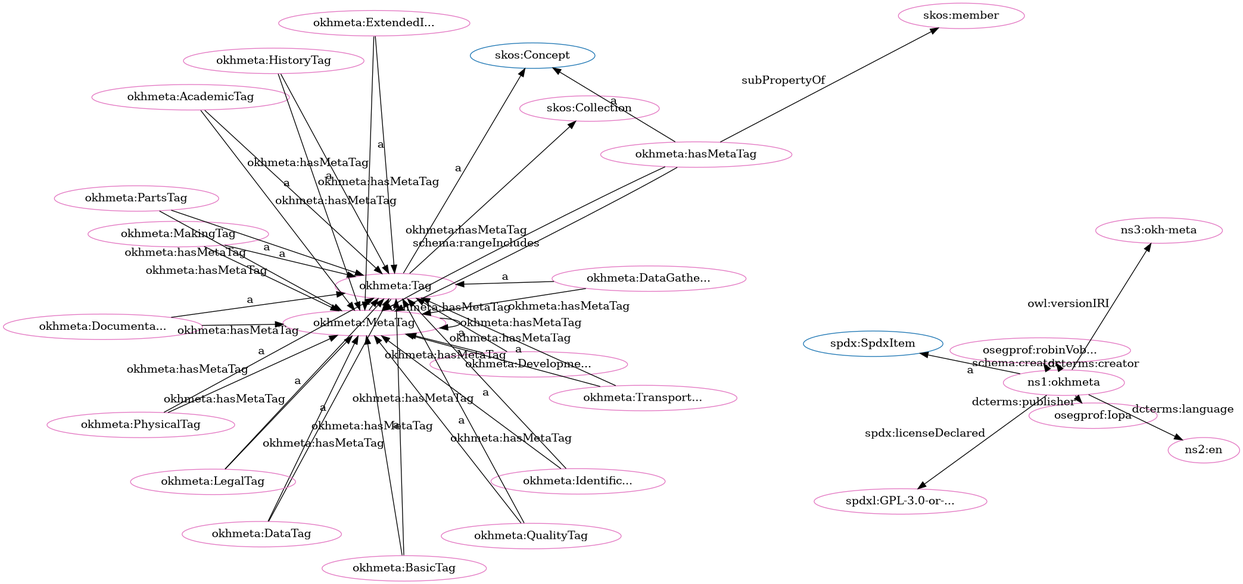
The Graphviz diagram src/spec/fdp_okh-meta-clean.png in iop-alliance/OpenKnowHow, before a commit. Its source is kept beside it as src/spec/fdp_okh-meta-clean.dot.
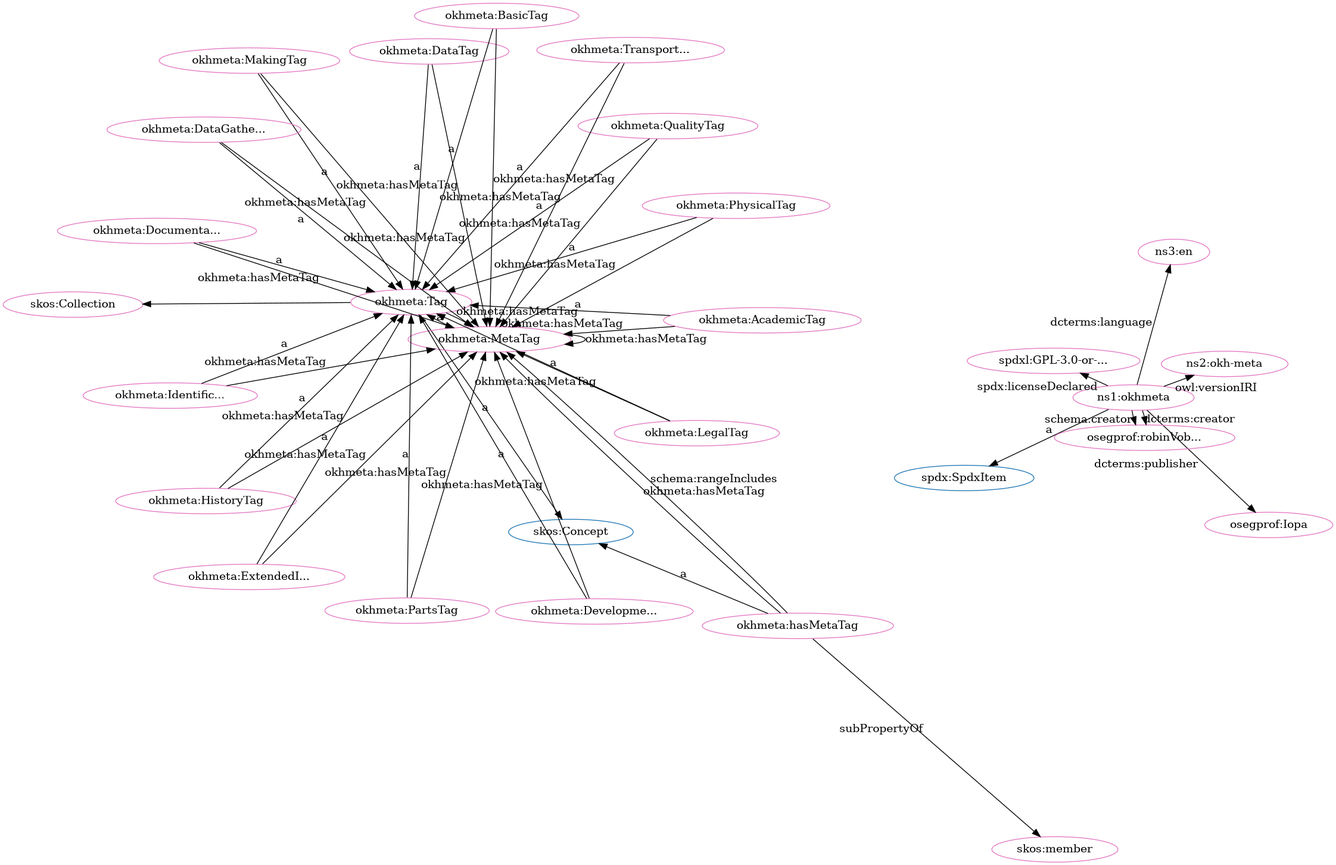
The same diagram one commit later.

What changed in the source:
```diff
@@ -2,80 +2,80 @@
   rankdir=BT
   node[height=.3]
 "http://w3id.org/oseg/ont/okhmeta#Tag" [fillcolor="#1f77b4" color="#1f77b4" label="okhmeta:Tag"]
+"http://www.w3.org/2004/02/skos/core#Concept" [fillcolor="#1f77b4" color="#1f77b4" label="skos:Concept"]
+"http://www.w3.org/2004/02/skos/core#Collection" [fillcolor="#1f77b4" color="#1f77b4" label="skos:Collection"]
 "http://spdx.org/rdf/terms#SpdxItem" [fillcolor="#1f77b4" color="#1f77b4" label="spdx:SpdxItem"]
-"http://www.w3.org/2004/02/skos/core#Collection" [fillcolor="#1f77b4" color="#1f77b4" label="skos:Collection"]
 "http://w3id.org/oseg/ont/okhmeta#MetaTag" [fillcolor="#1f77b4" color="#1f77b4" label="okhmeta:MetaTag"]
-"http://www.w3.org/2004/02/skos/core#Concept" [fillcolor="#1f77b4" color="#1f77b4" label="skos:Concept"]
-"http://w3id.org/oseg/ont/okhmeta#BasicTag" [fillcolor="#e377c2" color="#e377c2" label="okhmeta:BasicTag"]
-"http://w3id.org/oseg/ont/okhmeta#MakingTag" [fillcolor="#e377c2" color="#e377c2" label="okhmeta:MakingTag"]
-"http://w3id.org/oseg/ont/okhmeta#Tag" [fillcolor="#e377c2" color="#e377c2" label="okhmeta:Tag"]
+"http://w3id.org/oseg/ont/okhmeta#MetaTag" [fillcolor="#e377c2" color="#e377c2" label="okhmeta:MetaTag"]
+"http://w3id.org/oseg/ont/okhmeta#PhysicalTag" [fillcolor="#e377c2" color="#e377c2" label="okhmeta:PhysicalTag"]
+"http://w3id.org/oseg/ont/okhmeta#DevelopmentTag" [fillcolor="#e377c2" color="#e377c2" label="okhmeta:Developme..."]
+"http://w3id.org/oseg/ont/okhmeta#QualityTag" [fillcolor="#e377c2" color="#e377c2" label="okhmeta:QualityTag"]
+"http://w3id.org/oseg/ont/okhmeta#IdentificationTag" [fillcolor="#e377c2" color="#e377c2" label="okhmeta:Identific..."]
+"http://w3id.org/oseg/ont/okhmeta" [fillcolor="#e377c2" color="#e377c2" label="ns1:okhmeta"]
+"http://w3id.org/oseg/ont/okhmeta#hasMetaTag" [fillcolor="#e377c2" color="#e377c2" label="okhmeta:hasMetaTag"]
 "http://w3id.org/oseg/ont/oseg-profiles#Iopa" [fillcolor="#e377c2" color="#e377c2" label="osegprof:Iopa"]
-"http://w3id.org/oseg/ont/okhmeta#DataTag" [fillcolor="#e377c2" color="#e377c2" label="okhmeta:DataTag"]
-"http://w3id.org/oseg/ont/okhmeta" [fillcolor="#e377c2" color="#e377c2" label="ns1:okhmeta"]
-"http://w3id.org/oseg/ont/okhmeta#MetaTag" [fillcolor="#e377c2" color="#e377c2" label="okhmeta:MetaTag"]
-"http://w3id.org/oseg/ont/okhmeta#hasMetaTag" [fillcolor="#e377c2" color="#e377c2" label="okhmeta:hasMetaTag"]
-"http://w3id.org/oseg/ont/oseg-profiles#robinVobruba" [fillcolor="#e377c2" color="#e377c2" label="osegprof:robinVob..."]
-"http://w3id.org/oseg/ont/okhmeta#DevelopmentTag" [fillcolor="#e377c2" color="#e377c2" label="okhmeta:Developme..."]
-"http://id.loc.gov/vocabulary/iso639-1/en" [fillcolor="#e377c2" color="#e377c2" label="ns2:en"]
-"http://w3id.org/oseg/ont/1.1.0/okh-meta" [fillcolor="#e377c2" color="#e377c2" label="ns3:okh-meta"]
-"http://spdx.org/licenses/GPL-3.0-or-later" [fillcolor="#e377c2" color="#e377c2" label="spdxl:GPL-3.0-or-..."]
-"http://w3id.org/oseg/ont/okhmeta#TransportationTag" [fillcolor="#e377c2" color="#e377c2" label="okhmeta:Transport..."]
-"http://w3id.org/oseg/ont/okhmeta#IdentificationTag" [fillcolor="#e377c2" color="#e377c2" label="okhmeta:Identific..."]
-"http://w3id.org/oseg/ont/okhmeta#ExtendedInfoTag" [fillcolor="#e377c2" color="#e377c2" label="okhmeta:ExtendedI..."]
-"http://w3id.org/oseg/ont/okhmeta#LegalTag" [fillcolor="#e377c2" color="#e377c2" label="okhmeta:LegalTag"]
 "http://www.w3.org/2004/02/skos/core#Collection" [fillcolor="#e377c2" color="#e377c2" label="skos:Collection"]
-"http://w3id.org/oseg/ont/okhmeta#DataGatheringTag" [fillcolor="#e377c2" color="#e377c2" label="okhmeta:DataGathe..."]
-"http://w3id.org/oseg/ont/okhmeta#PhysicalTag" [fillcolor="#e377c2" color="#e377c2" label="okhmeta:PhysicalTag"]
-"http://w3id.org/oseg/ont/okhmeta#QualityTag" [fillcolor="#e377c2" color="#e377c2" label="okhmeta:QualityTag"]
-"http://www.w3.org/2004/02/skos/core#member" [fillcolor="#e377c2" color="#e377c2" label="skos:member"]
-"http://w3id.org/oseg/ont/okhmeta#AcademicTag" [fillcolor="#e377c2" color="#e377c2" label="okhmeta:AcademicTag"]
 "http://w3id.org/oseg/ont/okhmeta#HistoryTag" [fillcolor="#e377c2" color="#e377c2" label="okhmeta:HistoryTag"]
 "http://w3id.org/oseg/ont/okhmeta#PartsTag" [fillcolor="#e377c2" color="#e377c2" label="okhmeta:PartsTag"]
+"http://w3id.org/oseg/ont/okhmeta#DataTag" [fillcolor="#e377c2" color="#e377c2" label="okhmeta:DataTag"]
+"http://w3id.org/oseg/ont/okhmeta#BasicTag" [fillcolor="#e377c2" color="#e377c2" label="okhmeta:BasicTag"]
+"http://w3id.org/oseg/ont/1.1.0/okh-meta" [fillcolor="#e377c2" color="#e377c2" label="ns2:okh-meta"]
+"http://www.w3.org/2004/02/skos/core#member" [fillcolor="#e377c2" color="#e377c2" label="skos:member"]
+"http://id.loc.gov/vocabulary/iso639-1/en" [fillcolor="#e377c2" color="#e377c2" label="ns3:en"]
+"http://spdx.org/licenses/GPL-3.0-or-later" [fillcolor="#e377c2" color="#e377c2" label="spdxl:GPL-3.0-or-..."]
+"http://w3id.org/oseg/ont/okhmeta#MakingTag" [fillcolor="#e377c2" color="#e377c2" label="okhmeta:MakingTag"]
+"http://w3id.org/oseg/ont/okhmeta#AcademicTag" [fillcolor="#e377c2" color="#e377c2" label="okhmeta:AcademicTag"]
+"http://w3id.org/oseg/ont/okhmeta#Tag" [fillcolor="#e377c2" color="#e377c2" label="okhmeta:Tag"]
+"http://w3id.org/oseg/ont/okhmeta#LegalTag" [fillcolor="#e377c2" color="#e377c2" label="okhmeta:LegalTag"]
+"http://w3id.org/oseg/ont/oseg-profiles#robinVobruba" [fillcolor="#e377c2" color="#e377c2" label="osegprof:robinVob..."]
+"http://w3id.org/oseg/ont/okhmeta#DataGatheringTag" [fillcolor="#e377c2" color="#e377c2" label="okhmeta:DataGathe..."]
+"http://w3id.org/oseg/ont/okhmeta#ExtendedInfoTag" [fillcolor="#e377c2" color="#e377c2" label="okhmeta:ExtendedI..."]
 "http://w3id.org/oseg/ont/okhmeta#DocumentationTag" [fillcolor="#e377c2" color="#e377c2" label="okhmeta:Documenta..."]
+"http://w3id.org/oseg/ont/okhmeta#TransportationTag" [fillcolor="#e377c2" color="#e377c2" label="okhmeta:Transport..."]
+  "http://w3id.org/oseg/ont/okhmeta#PhysicalTag" -> "http://w3id.org/oseg/ont/okhmeta#Tag" [label="a"]
+  "http://w3id.org/oseg/ont/okhmeta#DevelopmentTag" -> "http://w3id.org/oseg/ont/okhmeta#MetaTag" [label="okhmeta:hasMetaTag"]
+  "http://w3id.org/oseg/ont/okhmeta#MetaTag" -> "http://w3id.org/oseg/ont/okhmeta#MetaTag" [label="okhmeta:hasMetaTag"]
+  "http://w3id.org/oseg/ont/okhmeta#hasMetaTag" -> "http://w3id.org/oseg/ont/okhmeta#MetaTag" [label="okhmeta:hasMetaTag"]
+  "http://w3id.org/oseg/ont/okhmeta#IdentificationTag" -> "http://w3id.org/oseg/ont/okhmeta#MetaTag" [label="okhmeta:hasMetaTag"]
+  "http://w3id.org/oseg/ont/okhmeta" -> "http://spdx.org/rdf/terms#SpdxItem" [label="a"]
+  "http://w3id.org/oseg/ont/okhmeta#AcademicTag" -> "http://w3id.org/oseg/ont/okhmeta#MetaTag" [label="okhmeta:hasMetaTag"]
+  "http://w3id.org/oseg/ont/okhmeta#hasMetaTag" -> "http://www.w3.org/2004/02/skos/core#Concept" [label="a"]
+  "http://w3id.org/oseg/ont/okhmeta#Tag" -> "http://www.w3.org/2004/02/skos/core#Collection" [label=""]
+  "http://w3id.org/oseg/ont/okhmeta#TransportationTag" -> "http://w3id.org/oseg/ont/okhmeta#MetaTag" [label="okhmeta:hasMetaTag"]
+  "http://w3id.org/oseg/ont/okhmeta#HistoryTag" -> "http://w3id.org/oseg/ont/okhmeta#Tag" [label="a"]
+  "http://w3id.org/oseg/ont/okhmeta#DataTag" -> "http://w3id.org/oseg/ont/okhmeta#Tag" [label="a"]
+  "http://w3id.org/oseg/ont/okhmeta#ExtendedInfoTag" -> "http://w3id.org/oseg/ont/okhmeta#MetaTag" [label="okhmeta:hasMetaTag"]
+  "http://w3id.org/oseg/ont/okhmeta#Tag" -> "http://w3id.org/oseg/ont/okhmeta#MetaTag" [label="okhmeta:hasMetaTag"]
+  "http://w3id.org/oseg/ont/okhmeta#PhysicalTag" -> "http://w3id.org/oseg/ont/okhmeta#MetaTag" [label="okhmeta:hasMetaTag"]
+  "http://w3id.org/oseg/ont/okhmeta#BasicTag" -> "http://w3id.org/oseg/ont/okhmeta#Tag" [label="a"]
+  "http://w3id.org/oseg/ont/okhmeta#hasMetaTag" -> "http://w3id.org/oseg/ont/okhmeta#MetaTag" [label="schema:rangeIncludes"]
   "http://w3id.org/oseg/ont/okhmeta#MakingTag" -> "http://w3id.org/oseg/ont/okhmeta#Tag" [label="a"]
+  "http://w3id.org/oseg/ont/okhmeta#QualityTag" -> "http://w3id.org/oseg/ont/okhmeta#MetaTag" [label="okhmeta:hasMetaTag"]
+  "http://w3id.org/oseg/ont/okhmeta#AcademicTag" -> "http://w3id.org/oseg/ont/okhmeta#Tag" [label="a"]
+  "http://w3id.org/oseg/ont/okhmeta#Tag" -> "http://www.w3.org/2004/02/skos/core#Concept" [label="a"]
+  "http://w3id.org/oseg/ont/okhmeta" -> "http://w3id.org/oseg/ont/oseg-profiles#robinVobruba" [label="dcterms:creator"]
+  "http://w3id.org/oseg/ont/okhmeta#DataGatheringTag" -> "http://w3id.org/oseg/ont/okhmeta#Tag" [label="a"]
+  "http://w3id.org/oseg/ont/okhmeta#DocumentationTag" -> "http://w3id.org/oseg/ont/okhmeta#Tag" [label="a"]
+  "http://w3id.org/oseg/ont/okhmeta#BasicTag" -> "http://w3id.org/oseg/ont/okhmeta#MetaTag" [label="okhmeta:hasMetaTag"]
+  "http://w3id.org/oseg/ont/okhmeta#DevelopmentTag" -> "http://w3id.org/oseg/ont/okhmeta#Tag" [label="a"]
+  "http://w3id.org/oseg/ont/okhmeta#MetaTag" -> "http://w3id.org/oseg/ont/okhmeta#Tag" [label="a"]
+  "http://w3id.org/oseg/ont/okhmeta#QualityTag" -> "http://w3id.org/oseg/ont/okhmeta#Tag" [label="a"]
+  "http://w3id.org/oseg/ont/okhmeta#IdentificationTag" -> "http://w3id.org/oseg/ont/okhmeta#Tag" [label="a"]
+  "http://w3id.org/oseg/ont/okhmeta#DataGatheringTag" -> "http://w3id.org/oseg/ont/okhmeta#MetaTag" [label="okhmeta:hasMetaTag"]
+  "http://w3id.org/oseg/ont/okhmeta#LegalTag" -> "http://w3id.org/oseg/ont/okhmeta#MetaTag" [label="okhmeta:hasMetaTag"]
+  "http://w3id.org/oseg/ont/okhmeta#DocumentationTag" -> "http://w3id.org/oseg/ont/okhmeta#MetaTag" [label="okhmeta:hasMetaTag"]
+  "http://w3id.org/oseg/ont/okhmeta" -> "http://w3id.org/oseg/ont/oseg-profiles#Iopa" [label="dcterms:publisher"]
+  "http://w3id.org/oseg/ont/okhmeta#PartsTag" -> "http://w3id.org/oseg/ont/okhmeta#Tag" [label="a"]
+  "http://w3id.org/oseg/ont/okhmeta#HistoryTag" -> "http://w3id.org/oseg/ont/okhmeta#MetaTag" [label="okhmeta:hasMetaTag"]
+  "http://w3id.org/oseg/ont/okhmeta#DataTag" -> "http://w3id.org/oseg/ont/okhmeta#MetaTag" [label="okhmeta:hasMetaTag"]
+  "http://w3id.org/oseg/ont/okhmeta" -> "http://w3id.org/oseg/ont/1.1.0/okh-meta" [label="owl:versionIRI"]
+  "http://w3id.org/oseg/ont/okhmeta#hasMetaTag" -> "http://www.w3.org/2004/02/skos/core#member" [label="subPropertyOf"]
+  "http://w3id.org/oseg/ont/okhmeta" -> "http://id.loc.gov/vocabulary/iso639-1/en" [label="dcterms:language"]
+  "http://w3id.org/oseg/ont/okhmeta" -> "http://spdx.org/licenses/GPL-3.0-or-later" [label="spdx:licenseDeclared"]
   "http://w3id.org/oseg/ont/okhmeta#MakingTag" -> "http://w3id.org/oseg/ont/okhmeta#MetaTag" [label="okhmeta:hasMetaTag"]
-  "http://w3id.org/oseg/ont/okhmeta" -> "http://w3id.org/oseg/ont/oseg-profiles#Iopa" [label="dcterms:publisher"]
-  "http://w3id.org/oseg/ont/okhmeta#DataTag" -> "http://w3id.org/oseg/ont/okhmeta#Tag" [label="a"]
-  "http://w3id.org/oseg/ont/okhmeta" -> "http://w3id.org/oseg/ont/oseg-profiles#robinVobruba" [label="dcterms:creator"]
-  "http://w3id.org/oseg/ont/okhmeta#hasMetaTag" -> "http://w3id.org/oseg/ont/okhmeta#MetaTag" [label="schema:rangeIncludes"]
-  "http://w3id.org/oseg/ont/okhmeta" -> "http://id.loc.gov/vocabulary/iso639-1/en" [label="dcterms:language"]
+  "http://w3id.org/oseg/ont/okhmeta#LegalTag" -> "http://w3id.org/oseg/ont/okhmeta#Tag" [label="a"]
+  "http://w3id.org/oseg/ont/okhmeta#TransportationTag" -> "http://w3id.org/oseg/ont/okhmeta#Tag" [label="a"]
   "http://w3id.org/oseg/ont/okhmeta#PartsTag" -> "http://w3id.org/oseg/ont/okhmeta#MetaTag" [label="okhmeta:hasMetaTag"]
-  "http://w3id.org/oseg/ont/okhmeta#DocumentationTag" -> "http://w3id.org/oseg/ont/okhmeta#MetaTag" [label="okhmeta:hasMetaTag"]
-  "http://w3id.org/oseg/ont/okhmeta#MetaTag" -> "http://w3id.org/oseg/ont/okhmeta#MetaTag" [label="okhmeta:hasMetaTag"]
-  "http://w3id.org/oseg/ont/okhmeta#TransportationTag" -> "http://w3id.org/oseg/ont/okhmeta#Tag" [label="a"]
-  "http://w3id.org/oseg/ont/okhmeta#IdentificationTag" -> "http://w3id.org/oseg/ont/okhmeta#Tag" [label="a"]
-  "http://w3id.org/oseg/ont/okhmeta#DataTag" -> "http://w3id.org/oseg/ont/okhmeta#MetaTag" [label="okhmeta:hasMetaTag"]
+  "http://w3id.org/oseg/ont/okhmeta" -> "http://w3id.org/oseg/ont/oseg-profiles#robinVobruba" [label="schema:creator"]
   "http://w3id.org/oseg/ont/okhmeta#ExtendedInfoTag" -> "http://w3id.org/oseg/ont/okhmeta#Tag" [label="a"]
-  "http://w3id.org/oseg/ont/okhmeta#LegalTag" -> "http://w3id.org/oseg/ont/okhmeta#Tag" [label="a"]
-  "http://w3id.org/oseg/ont/okhmeta#DataGatheringTag" -> "http://w3id.org/oseg/ont/okhmeta#Tag" [label="a"]
-  "http://w3id.org/oseg/ont/okhmeta#PhysicalTag" -> "http://w3id.org/oseg/ont/okhmeta#Tag" [label="a"]
-  "http://w3id.org/oseg/ont/okhmeta#QualityTag" -> "http://w3id.org/oseg/ont/okhmeta#Tag" [label="a"]
-  "http://w3id.org/oseg/ont/okhmeta#DevelopmentTag" -> "http://w3id.org/oseg/ont/okhmeta#MetaTag" [label="okhmeta:hasMetaTag"]
-  "http://w3id.org/oseg/ont/okhmeta#AcademicTag" -> "http://w3id.org/oseg/ont/okhmeta#Tag" [label="a"]
-  "http://w3id.org/oseg/ont/okhmeta#HistoryTag" -> "http://w3id.org/oseg/ont/okhmeta#Tag" [label="a"]
-  "http://w3id.org/oseg/ont/okhmeta#BasicTag" -> "http://w3id.org/oseg/ont/okhmeta#MetaTag" [label="okhmeta:hasMetaTag"]
-  "http://w3id.org/oseg/ont/okhmeta#BasicTag" -> "http://w3id.org/oseg/ont/okhmeta#Tag" [label="a"]
-  "http://w3id.org/oseg/ont/okhmeta#Tag" -> "http://www.w3.org/2004/02/skos/core#Concept" [label="a"]
-  "http://w3id.org/oseg/ont/okhmeta" -> "http://spdx.org/rdf/terms#SpdxItem" [label="a"]
-  "http://w3id.org/oseg/ont/okhmeta#ExtendedInfoTag" -> "http://w3id.org/oseg/ont/okhmeta#MetaTag" [label="okhmeta:hasMetaTag"]
-  "http://w3id.org/oseg/ont/okhmeta#LegalTag" -> "http://w3id.org/oseg/ont/okhmeta#MetaTag" [label="okhmeta:hasMetaTag"]
-  "http://w3id.org/oseg/ont/okhmeta#DataGatheringTag" -> "http://w3id.org/oseg/ont/okhmeta#MetaTag" [label="okhmeta:hasMetaTag"]
-  "http://w3id.org/oseg/ont/okhmeta#DevelopmentTag" -> "http://w3id.org/oseg/ont/okhmeta#Tag" [label="a"]
-  "http://w3id.org/oseg/ont/okhmeta#Tag" -> "http://w3id.org/oseg/ont/okhmeta#MetaTag" [label="okhmeta:hasMetaTag"]
-  "http://w3id.org/oseg/ont/okhmeta#HistoryTag" -> "http://w3id.org/oseg/ont/okhmeta#MetaTag" [label="okhmeta:hasMetaTag"]
-  "http://w3id.org/oseg/ont/okhmeta" -> "http://w3id.org/oseg/ont/1.1.0/okh-meta" [label="owl:versionIRI"]
-  "http://w3id.org/oseg/ont/okhmeta#TransportationTag" -> "http://w3id.org/oseg/ont/okhmeta#MetaTag" [label="okhmeta:hasMetaTag"]
-  "http://w3id.org/oseg/ont/okhmeta#MetaTag" -> "http://w3id.org/oseg/ont/okhmeta#Tag" [label="a"]
-  "http://w3id.org/oseg/ont/okhmeta" -> "http://spdx.org/licenses/GPL-3.0-or-later" [label="spdx:licenseDeclared"]
-  "http://w3id.org/oseg/ont/okhmeta#PhysicalTag" -> "http://w3id.org/oseg/ont/okhmeta#MetaTag" [label="okhmeta:hasMetaTag"]
-  "http://w3id.org/oseg/ont/okhmeta#QualityTag" -> "http://w3id.org/oseg/ont/okhmeta#MetaTag" [label="okhmeta:hasMetaTag"]
-  "http://w3id.org/oseg/ont/okhmeta#Tag" -> "http://www.w3.org/2004/02/skos/core#Collection" [label=""]
-  "http://w3id.org/oseg/ont/okhmeta#hasMetaTag" -> "http://www.w3.org/2004/02/skos/core#Concept" [label="a"]
-  "http://w3id.org/oseg/ont/okhmeta#IdentificationTag" -> "http://w3id.org/oseg/ont/okhmeta#MetaTag" [label="okhmeta:hasMetaTag"]
-  "http://w3id.org/oseg/ont/okhmeta" -> "http://w3id.org/oseg/ont/oseg-profiles#robinVobruba" [label="schema:creator"]
-  "http://w3id.org/oseg/ont/okhmeta#hasMetaTag" -> "http://www.w3.org/2004/02/skos/core#member" [label="subPropertyOf"]
-  "http://w3id.org/oseg/ont/okhmeta#AcademicTag" -> "http://w3id.org/oseg/ont/okhmeta#MetaTag" [label="okhmeta:hasMetaTag"]
-  "http://w3id.org/oseg/ont/okhmeta#hasMetaTag" -> "http://w3id.org/oseg/ont/okhmeta#MetaTag" [label="okhmeta:hasMetaTag"]
-  "http://w3id.org/oseg/ont/okhmeta#PartsTag" -> "http://w3id.org/oseg/ont/okhmeta#Tag" [label="a"]
-  "http://w3id.org/oseg/ont/okhmeta#DocumentationTag" -> "http://w3id.org/oseg/ont/okhmeta#Tag" [label="a"]
 }
```
